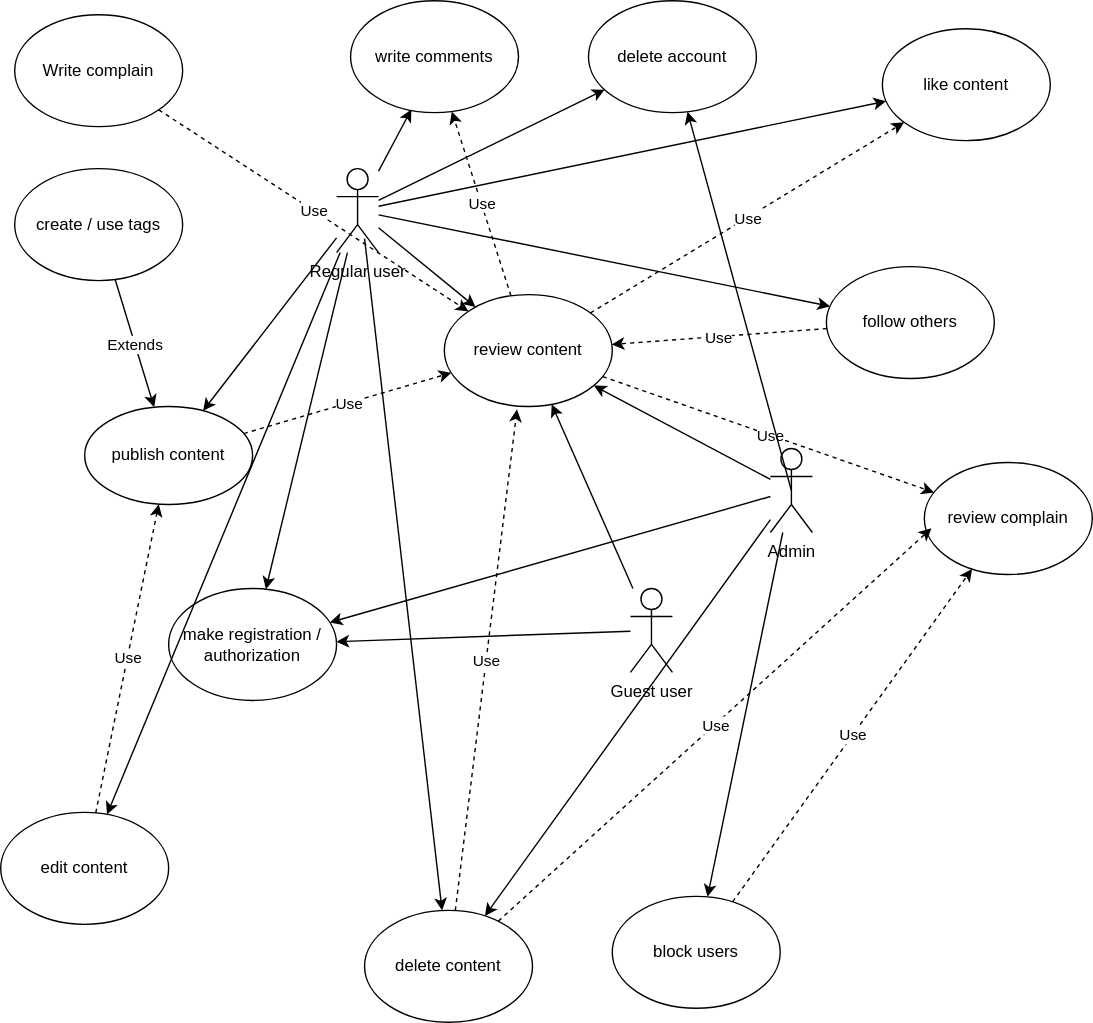
This is KPILab2/UseCaseDigram.drawio.svg from Useraccont1507/KPILab1, a draw.io export, as it was before one commit. Source tidied: cells renumbered, new cells last; positions are measured from the earlier drawing's top-left corner, leaving out a move shared by most shapes. Its diagram source:
```xml
<mxGraphModel>
  <root>
    <mxCell id="0" />
    <mxCell id="1" parent="0" />
    <mxCell id="2" value="Admin" style="shape=umlActor;verticalLabelPosition=bottom;verticalAlign=top;html=1;outlineConnect=0;" parent="1" vertex="1">
      <mxGeometry x="550" y="320" width="30" height="60" as="geometry" />
    </mxCell>
    <mxCell id="3" value="delete content" style="ellipse;whiteSpace=wrap;html=1;" parent="1" vertex="1">
      <mxGeometry x="260" y="650" width="120" height="80" as="geometry" />
    </mxCell>
    <mxCell id="4" value="block users" style="ellipse;whiteSpace=wrap;html=1;" parent="1" vertex="1">
      <mxGeometry x="437" y="640" width="120" height="80" as="geometry" />
    </mxCell>
    <mxCell id="5" style="endArrow=classic;html=1;rounded=0;" parent="1" edge="1" source="2" target="17">
      <mxGeometry relative="1" as="geometry" />
    </mxCell>
    <mxCell id="6" style="endArrow=classic;html=1;rounded=0;" parent="1" edge="1" source="2" target="3">
      <mxGeometry relative="1" as="geometry" />
    </mxCell>
    <mxCell id="7" style="endArrow=classic;html=1;rounded=0;" parent="1" edge="1" source="2" target="4">
      <mxGeometry relative="1" as="geometry" />
    </mxCell>
    <mxCell id="8" style="endArrow=classic;html=1;rounded=0;dashed=1;entryX=0.433;entryY=1.025;entryDx=0;entryDy=0;entryPerimeter=0;" parent="1" edge="1" source="3" target="17">
      <mxGeometry relative="1" as="geometry" />
    </mxCell>
    <mxCell id="9" value="Use" style="edgeLabel;html=1;align=center;verticalAlign=middle;" parent="8" vertex="1">
      <mxGeometry relative="1" as="geometry" />
    </mxCell>
    <mxCell id="10" value="Regular user" style="shape=umlActor;verticalLabelPosition=bottom;verticalAlign=top;html=1;outlineConnect=0;" parent="1" vertex="1">
      <mxGeometry x="240" y="120" width="30" height="60" as="geometry" />
    </mxCell>
    <mxCell id="11" value="publish content" style="ellipse;whiteSpace=wrap;html=1;" parent="1" vertex="1">
      <mxGeometry x="60" y="290" width="120" height="70" as="geometry" />
    </mxCell>
    <mxCell id="12" style="endArrow=classic;html=1;rounded=0;" parent="1" edge="1" source="10" target="11">
      <mxGeometry relative="1" as="geometry" />
    </mxCell>
    <mxCell id="13" value="follow others" style="ellipse;whiteSpace=wrap;html=1;" parent="1" vertex="1">
      <mxGeometry x="590" y="190" width="120" height="80" as="geometry" />
    </mxCell>
    <mxCell id="14" value="write comments" style="ellipse;whiteSpace=wrap;html=1;" parent="1" vertex="1">
      <mxGeometry x="250" width="120" height="80" as="geometry" />
    </mxCell>
    <mxCell id="15" value="like content" style="ellipse;whiteSpace=wrap;html=1;" parent="1" vertex="1">
      <mxGeometry x="630" y="20" width="120" height="80" as="geometry" />
    </mxCell>
    <mxCell id="16" value="create / use tags" style="ellipse;whiteSpace=wrap;html=1;" parent="1" vertex="1">
      <mxGeometry x="10" y="120" width="120" height="80" as="geometry" />
    </mxCell>
    <mxCell id="17" value="review content" style="ellipse;whiteSpace=wrap;html=1;" parent="1" vertex="1">
      <mxGeometry x="317" y="210" width="120" height="80" as="geometry" />
    </mxCell>
    <mxCell id="18" style="endArrow=classic;html=1;rounded=0;" parent="1" edge="1" source="10" target="17">
      <mxGeometry relative="1" as="geometry" />
    </mxCell>
    <mxCell id="19" value="make registration / authorization" style="ellipse;whiteSpace=wrap;html=1;" parent="1" vertex="1">
      <mxGeometry x="120" y="420" width="120" height="80" as="geometry" />
    </mxCell>
    <mxCell id="20" style="endArrow=classic;html=1;rounded=0;" parent="1" edge="1" source="10" target="19">
      <mxGeometry relative="1" as="geometry" />
    </mxCell>
    <mxCell id="21" style="endArrow=classic;html=1;rounded=0;" parent="1" edge="1" source="16" target="11">
      <mxGeometry relative="1" as="geometry" />
    </mxCell>
    <mxCell id="22" value="Extends" style="edgeLabel;html=1;align=center;verticalAlign=middle;" parent="21" vertex="1">
      <mxGeometry relative="1" as="geometry" />
    </mxCell>
    <mxCell id="23" style="endArrow=classic;html=1;rounded=0;" parent="1" edge="1" source="2" target="19">
      <mxGeometry relative="1" as="geometry" />
    </mxCell>
    <mxCell id="24" value="Guest user" style="shape=umlActor;verticalLabelPosition=bottom;verticalAlign=top;html=1;outlineConnect=0;" parent="1" vertex="1">
      <mxGeometry x="450" y="420" width="30" height="60" as="geometry" />
    </mxCell>
    <mxCell id="25" style="endArrow=classic;html=1;rounded=0;" parent="1" edge="1" source="24" target="19">
      <mxGeometry relative="1" as="geometry" />
    </mxCell>
    <mxCell id="26" style="endArrow=classic;html=1;rounded=0;" parent="1" edge="1" source="24" target="17">
      <mxGeometry relative="1" as="geometry" />
    </mxCell>
    <mxCell id="27" style="endArrow=classic;html=1;rounded=0;dashed=1;" parent="1" edge="1" source="4" target="43">
      <mxGeometry relative="1" as="geometry" />
    </mxCell>
    <mxCell id="28" value="Use" style="edgeLabel;html=1;align=center;verticalAlign=middle;" parent="27" vertex="1">
      <mxGeometry relative="1" as="geometry" />
    </mxCell>
    <mxCell id="29" style="endArrow=classic;html=1;rounded=0;dashed=1;" parent="1" edge="1" source="13" target="17">
      <mxGeometry relative="1" as="geometry" />
    </mxCell>
    <mxCell id="30" value="Use" style="edgeLabel;html=1;align=center;verticalAlign=middle;" parent="29" vertex="1">
      <mxGeometry relative="1" as="geometry" />
    </mxCell>
    <mxCell id="31" style="endArrow=classic;html=1;rounded=0;" parent="1" edge="1" source="10" target="13">
      <mxGeometry relative="1" as="geometry" />
    </mxCell>
    <mxCell id="32" style="endArrow=classic;html=1;rounded=0;dashed=1;" parent="1" edge="1" source="17" target="15">
      <mxGeometry relative="1" as="geometry" />
    </mxCell>
    <mxCell id="33" value="Use" style="edgeLabel;html=1;align=center;verticalAlign=middle;" parent="32" vertex="1">
      <mxGeometry relative="1" as="geometry" />
    </mxCell>
    <mxCell id="34" style="endArrow=classic;html=1;rounded=0;dashed=1;" parent="1" edge="1" source="17" target="14">
      <mxGeometry relative="1" as="geometry" />
    </mxCell>
    <mxCell id="35" value="Use" style="edgeLabel;html=1;align=center;verticalAlign=middle;" parent="34" vertex="1">
      <mxGeometry relative="1" as="geometry" />
    </mxCell>
    <mxCell id="36" style="endArrow=classic;html=1;rounded=0;" parent="1" edge="1" source="10" target="15">
      <mxGeometry relative="1" as="geometry" />
    </mxCell>
    <mxCell id="37" style="endArrow=classic;html=1;rounded=0;entryX=0.362;entryY=0.971;entryDx=0;entryDy=0;entryPerimeter=0;" parent="1" edge="1" source="10" target="14">
      <mxGeometry relative="1" as="geometry" />
    </mxCell>
    <mxCell id="38" value="delete account" style="ellipse;whiteSpace=wrap;html=1;" parent="1" vertex="1">
      <mxGeometry x="420" width="120" height="80" as="geometry" />
    </mxCell>
    <mxCell id="39" style="endArrow=classic;html=1;rounded=0;" parent="1" edge="1" source="10" target="38">
      <mxGeometry relative="1" as="geometry" />
    </mxCell>
    <mxCell id="40" value="Write complain" style="ellipse;whiteSpace=wrap;html=1;" parent="1" vertex="1">
      <mxGeometry x="10" y="10" width="120" height="80" as="geometry" />
    </mxCell>
    <mxCell id="41" style="endArrow=classic;html=1;rounded=0;dashed=1;" parent="1" edge="1" source="40" target="17">
      <mxGeometry relative="1" as="geometry" />
    </mxCell>
    <mxCell id="42" value="Use" style="edgeLabel;html=1;align=center;verticalAlign=middle;" parent="41" vertex="1">
      <mxGeometry relative="1" as="geometry" />
    </mxCell>
    <mxCell id="43" value="review complain" style="ellipse;whiteSpace=wrap;html=1;" parent="1" vertex="1">
      <mxGeometry x="660" y="330" width="120" height="80" as="geometry" />
    </mxCell>
    <mxCell id="44" style="endArrow=classic;html=1;rounded=0;dashed=1;" parent="1" edge="1" source="17" target="43">
      <mxGeometry relative="1" as="geometry" />
    </mxCell>
    <mxCell id="45" value="Use" style="edgeLabel;html=1;align=center;verticalAlign=middle;" parent="44" vertex="1">
      <mxGeometry relative="1" as="geometry" />
    </mxCell>
    <mxCell id="46" style="endArrow=classic;html=1;rounded=0;dashed=1;entryX=0.042;entryY=0.588;entryDx=0;entryDy=0;entryPerimeter=0;" parent="1" edge="1" source="3" target="43">
      <mxGeometry relative="1" as="geometry" />
    </mxCell>
    <mxCell id="47" value="Use" style="edgeLabel;html=1;align=center;verticalAlign=middle;" parent="46" vertex="1">
      <mxGeometry relative="1" as="geometry" />
    </mxCell>
    <mxCell id="48" style="endArrow=classic;html=1;rounded=0;" parent="1" edge="1" target="3">
      <mxGeometry relative="1" as="geometry">
        <mxPoint x="260" y="170" as="sourcePoint" />
      </mxGeometry>
    </mxCell>
    <mxCell id="49" style="endArrow=classic;html=1;rounded=0;" parent="1" edge="1" source="10" target="50">
      <mxGeometry relative="1" as="geometry" />
    </mxCell>
    <mxCell id="50" value="edit content" style="ellipse;whiteSpace=wrap;html=1;" parent="1" vertex="1">
      <mxGeometry y="580" width="120" height="80" as="geometry" />
    </mxCell>
    <mxCell id="51" style="endArrow=classic;html=1;rounded=0;exitX=0.5;exitY=0.5;exitDx=0;exitDy=0;exitPerimeter=0;" parent="1" edge="1" source="2" target="38">
      <mxGeometry relative="1" as="geometry" />
    </mxCell>
    <mxCell id="52" style="endArrow=classic;html=1;rounded=0;dashed=1;" parent="1" edge="1" source="50" target="11">
      <mxGeometry relative="1" as="geometry" />
    </mxCell>
    <mxCell id="53" value="Use" style="edgeLabel;html=1;align=center;verticalAlign=middle;" parent="52" vertex="1">
      <mxGeometry relative="1" as="geometry" />
    </mxCell>
    <mxCell id="54" style="endArrow=classic;html=1;rounded=0;dashed=1;" parent="1" edge="1" source="11" target="17">
      <mxGeometry relative="1" as="geometry" />
    </mxCell>
    <mxCell id="55" value="Use" style="edgeLabel;html=1;align=center;verticalAlign=middle;" parent="54" vertex="1">
      <mxGeometry relative="1" as="geometry" />
    </mxCell>
  </root>
</mxGraphModel>
```
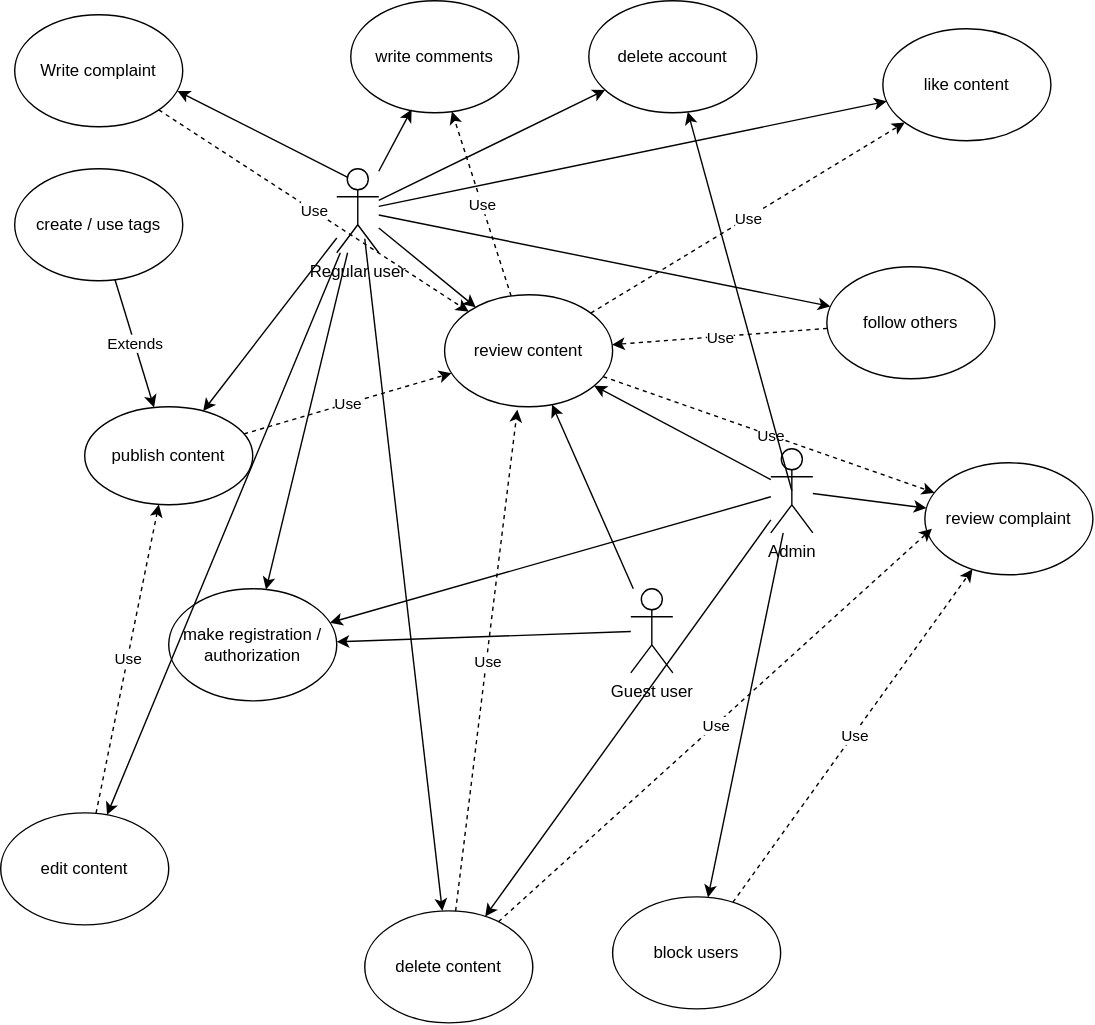
After the commit.

Diff of the diagram source:
```diff
@@ -23,9 +23,9 @@
     <mxCell id="8" style="endArrow=classic;html=1;rounded=0;dashed=1;entryX=0.433;entryY=1.025;entryDx=0;entryDy=0;entryPerimeter=0;" parent="1" edge="1" source="3" target="17">
       <mxGeometry relative="1" as="geometry" />
     </mxCell>
-    <mxCell id="9" value="Use" style="edgeLabel;html=1;align=center;verticalAlign=middle;" parent="8" vertex="1">
-      <mxGeometry relative="1" as="geometry" />
-    </mxCell>
+    <mxCell id="56" value="Use" style="edgeLabel;html=1;align=center;verticalAlign=middle;" parent="8" vertex="1">
+      <mxGeometry relative="1" as="geometry" />
+    </mxCell>
     <mxCell id="10" value="Regular user" style="shape=umlActor;verticalLabelPosition=bottom;verticalAlign=top;html=1;outlineConnect=0;" parent="1" vertex="1">
       <mxGeometry x="240" y="120" width="30" height="60" as="geometry" />
     </mxCell>
@@ -77,33 +77,33 @@
     <mxCell id="26" style="endArrow=classic;html=1;rounded=0;" parent="1" edge="1" source="24" target="17">
       <mxGeometry relative="1" as="geometry" />
     </mxCell>
-    <mxCell id="27" style="endArrow=classic;html=1;rounded=0;dashed=1;" parent="1" edge="1" source="4" target="43">
-      <mxGeometry relative="1" as="geometry" />
-    </mxCell>
-    <mxCell id="28" value="Use" style="edgeLabel;html=1;align=center;verticalAlign=middle;" parent="27" vertex="1">
-      <mxGeometry relative="1" as="geometry" />
-    </mxCell>
+    <mxCell id="57" style="endArrow=classic;html=1;rounded=0;dashed=1;" parent="1" edge="1" source="4" target="65">
+      <mxGeometry relative="1" as="geometry" />
+    </mxCell>
+    <mxCell id="58" value="Use" style="edgeLabel;html=1;align=center;verticalAlign=middle;" parent="57" vertex="1">
+      <mxGeometry relative="1" as="geometry" />
+    </mxCell>
     <mxCell id="29" style="endArrow=classic;html=1;rounded=0;dashed=1;" parent="1" edge="1" source="13" target="17">
       <mxGeometry relative="1" as="geometry" />
     </mxCell>
-    <mxCell id="30" value="Use" style="edgeLabel;html=1;align=center;verticalAlign=middle;" parent="29" vertex="1">
-      <mxGeometry relative="1" as="geometry" />
-    </mxCell>
+    <mxCell id="59" value="Use" style="edgeLabel;html=1;align=center;verticalAlign=middle;" parent="29" vertex="1">
+      <mxGeometry relative="1" as="geometry" />
+    </mxCell>
     <mxCell id="31" style="endArrow=classic;html=1;rounded=0;" parent="1" edge="1" source="10" target="13">
       <mxGeometry relative="1" as="geometry" />
     </mxCell>
     <mxCell id="32" style="endArrow=classic;html=1;rounded=0;dashed=1;" parent="1" edge="1" source="17" target="15">
       <mxGeometry relative="1" as="geometry" />
     </mxCell>
-    <mxCell id="33" value="Use" style="edgeLabel;html=1;align=center;verticalAlign=middle;" parent="32" vertex="1">
-      <mxGeometry relative="1" as="geometry" />
-    </mxCell>
+    <mxCell id="60" value="Use" style="edgeLabel;html=1;align=center;verticalAlign=middle;" parent="32" vertex="1">
+      <mxGeometry relative="1" as="geometry" />
+    </mxCell>
     <mxCell id="34" style="endArrow=classic;html=1;rounded=0;dashed=1;" parent="1" edge="1" source="17" target="14">
       <mxGeometry relative="1" as="geometry" />
     </mxCell>
-    <mxCell id="35" value="Use" style="edgeLabel;html=1;align=center;verticalAlign=middle;" parent="34" vertex="1">
-      <mxGeometry relative="1" as="geometry" />
-    </mxCell>
+    <mxCell id="61" value="Use" style="edgeLabel;html=1;align=center;verticalAlign=middle;" parent="34" vertex="1">
+      <mxGeometry relative="1" as="geometry" />
+    </mxCell>
     <mxCell id="36" style="endArrow=classic;html=1;rounded=0;" parent="1" edge="1" source="10" target="15">
       <mxGeometry relative="1" as="geometry" />
     </mxCell>
@@ -116,35 +116,35 @@
     <mxCell id="39" style="endArrow=classic;html=1;rounded=0;" parent="1" edge="1" source="10" target="38">
       <mxGeometry relative="1" as="geometry" />
     </mxCell>
-    <mxCell id="40" value="Write complain" style="ellipse;whiteSpace=wrap;html=1;" parent="1" vertex="1">
-      <mxGeometry x="10" y="10" width="120" height="80" as="geometry" />
-    </mxCell>
-    <mxCell id="41" style="endArrow=classic;html=1;rounded=0;dashed=1;" parent="1" edge="1" source="40" target="17">
-      <mxGeometry relative="1" as="geometry" />
-    </mxCell>
-    <mxCell id="42" value="Use" style="edgeLabel;html=1;align=center;verticalAlign=middle;" parent="41" vertex="1">
-      <mxGeometry relative="1" as="geometry" />
-    </mxCell>
-    <mxCell id="43" value="review complain" style="ellipse;whiteSpace=wrap;html=1;" parent="1" vertex="1">
-      <mxGeometry x="660" y="330" width="120" height="80" as="geometry" />
-    </mxCell>
-    <mxCell id="44" style="endArrow=classic;html=1;rounded=0;dashed=1;" parent="1" edge="1" source="17" target="43">
-      <mxGeometry relative="1" as="geometry" />
-    </mxCell>
-    <mxCell id="45" value="Use" style="edgeLabel;html=1;align=center;verticalAlign=middle;" parent="44" vertex="1">
-      <mxGeometry relative="1" as="geometry" />
-    </mxCell>
-    <mxCell id="46" style="endArrow=classic;html=1;rounded=0;dashed=1;entryX=0.042;entryY=0.588;entryDx=0;entryDy=0;entryPerimeter=0;" parent="1" edge="1" source="3" target="43">
-      <mxGeometry relative="1" as="geometry" />
-    </mxCell>
-    <mxCell id="47" value="Use" style="edgeLabel;html=1;align=center;verticalAlign=middle;" parent="46" vertex="1">
-      <mxGeometry relative="1" as="geometry" />
-    </mxCell>
-    <mxCell id="48" style="endArrow=classic;html=1;rounded=0;" parent="1" edge="1" target="3">
-      <mxGeometry relative="1" as="geometry">
-        <mxPoint x="260" y="170" as="sourcePoint" />
-      </mxGeometry>
-    </mxCell>
+    <mxCell id="62" value="Write complaint" style="ellipse;whiteSpace=wrap;html=1;" parent="1" vertex="1">
+      <mxGeometry x="10" y="10" width="120" height="80" as="geometry" />
+    </mxCell>
+    <mxCell id="63" style="endArrow=classic;html=1;rounded=0;dashed=1;" parent="1" edge="1" source="62" target="17">
+      <mxGeometry relative="1" as="geometry" />
+    </mxCell>
+    <mxCell id="64" value="Use" style="edgeLabel;html=1;align=center;verticalAlign=middle;" parent="63" vertex="1">
+      <mxGeometry relative="1" as="geometry" />
+    </mxCell>
+    <mxCell id="65" value="review complaint" style="ellipse;whiteSpace=wrap;html=1;" parent="1" vertex="1">
+      <mxGeometry x="660" y="330" width="120" height="80" as="geometry" />
+    </mxCell>
+    <mxCell id="66" style="endArrow=classic;html=1;rounded=0;dashed=1;" parent="1" edge="1" source="17" target="65">
+      <mxGeometry relative="1" as="geometry" />
+    </mxCell>
+    <mxCell id="67" value="Use" style="edgeLabel;html=1;align=center;verticalAlign=middle;" parent="66" vertex="1">
+      <mxGeometry relative="1" as="geometry" />
+    </mxCell>
+    <mxCell id="68" style="endArrow=classic;html=1;rounded=0;dashed=1;entryX=0.042;entryY=0.588;entryDx=0;entryDy=0;entryPerimeter=0;" parent="1" edge="1" source="3" target="65">
+      <mxGeometry relative="1" as="geometry" />
+    </mxCell>
+    <mxCell id="69" value="Use" style="edgeLabel;html=1;align=center;verticalAlign=middle;" parent="68" vertex="1">
+      <mxGeometry relative="1" as="geometry" />
+    </mxCell>
+    <mxCell id="70" style="endArrow=classic;html=1;rounded=0;" parent="1" edge="1" target="3">
+      <mxGeometry relative="1" as="geometry">
+        <mxPoint x="260" y="170" as="sourcePoint" />
+      </mxGeometry>
+    </mxCell>
     <mxCell id="49" style="endArrow=classic;html=1;rounded=0;" parent="1" edge="1" source="10" target="50">
       <mxGeometry relative="1" as="geometry" />
     </mxCell>
@@ -157,14 +157,20 @@
     <mxCell id="52" style="endArrow=classic;html=1;rounded=0;dashed=1;" parent="1" edge="1" source="50" target="11">
       <mxGeometry relative="1" as="geometry" />
     </mxCell>
-    <mxCell id="53" value="Use" style="edgeLabel;html=1;align=center;verticalAlign=middle;" parent="52" vertex="1">
-      <mxGeometry relative="1" as="geometry" />
-    </mxCell>
+    <mxCell id="71" value="Use" style="edgeLabel;html=1;align=center;verticalAlign=middle;" parent="52" vertex="1">
+      <mxGeometry relative="1" as="geometry" />
+    </mxCell>
     <mxCell id="54" style="endArrow=classic;html=1;rounded=0;dashed=1;" parent="1" edge="1" source="11" target="17">
       <mxGeometry relative="1" as="geometry" />
     </mxCell>
-    <mxCell id="55" value="Use" style="edgeLabel;html=1;align=center;verticalAlign=middle;" parent="54" vertex="1">
-      <mxGeometry relative="1" as="geometry" />
-    </mxCell>
+    <mxCell id="72" value="Use" style="edgeLabel;html=1;align=center;verticalAlign=middle;" parent="54" vertex="1">
+      <mxGeometry relative="1" as="geometry" />
+    </mxCell>
+    <mxCell id="73" style="endArrow=classic;html=1;rounded=0;" parent="1" edge="1" source="2" target="65">
+      <mxGeometry relative="1" as="geometry" />
+    </mxCell>
+    <mxCell id="74" style="endArrow=classic;html=1;rounded=0;entryX=0.969;entryY=0.681;entryDx=0;entryDy=0;entryPerimeter=0;exitX=0.25;exitY=0.1;exitDx=0;exitDy=0;exitPerimeter=0;" parent="1" edge="1" source="10" target="62">
+      <mxGeometry relative="1" as="geometry" />
+    </mxCell>
   </root>
 </mxGraphModel>
```
